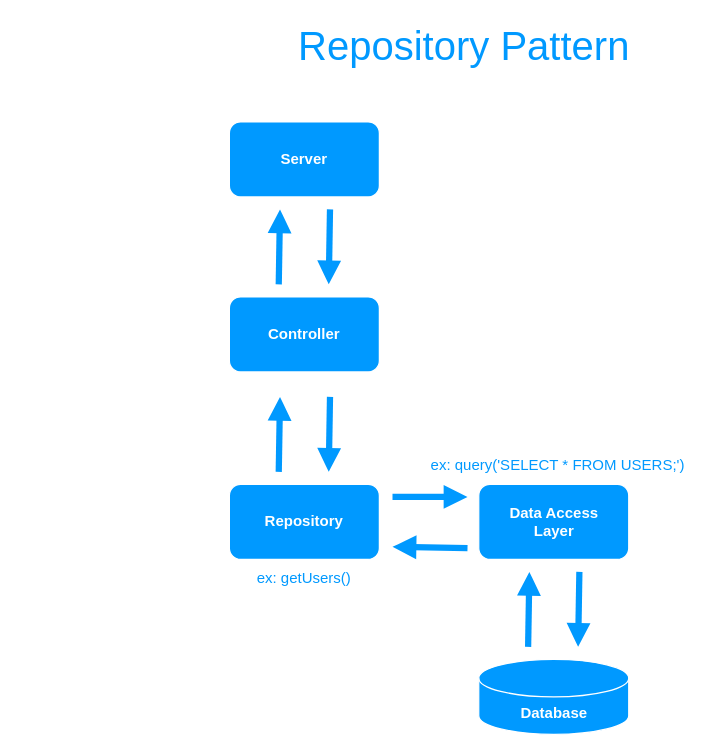
Earlier version of the draw.io diagram schemas/repository-pattern.drawio (vincent-leclerc-dev/design-patterns). Source tidied: cells renumbered, new cells numbered last; positions are measured from the earlier drawing's top-left corner, leaving out a move shared by most shapes. Both pictures are drawn from the tidied source at 125%, with x=0, y=0 at pixel (229, 21).
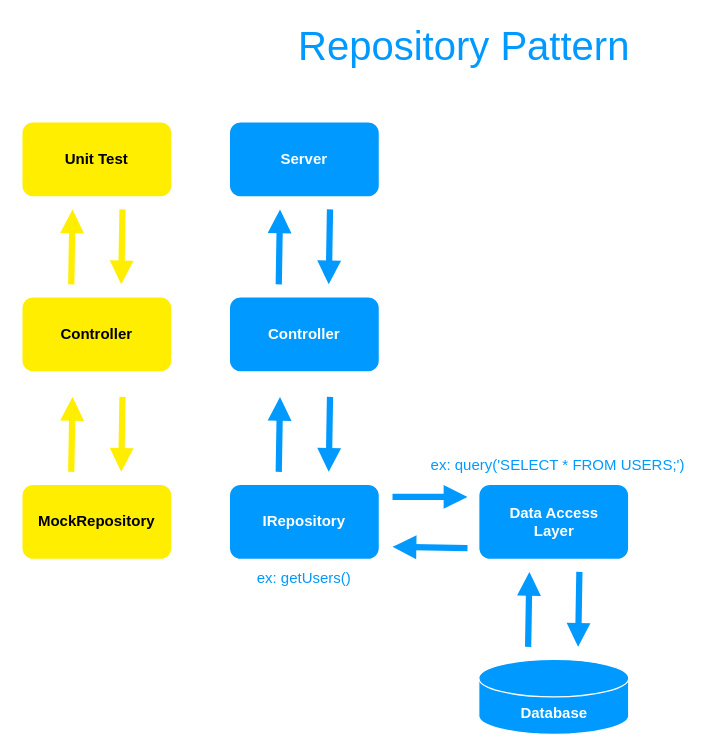
The same diagram, later.

Commit message (it also covers changes not shown here):
docs(schema): unit test and mock repository

Change to the diagram source:
```diff
@@
-    <mxCell id="4" value="Repository" style="rounded=1;whiteSpace=wrap;html=1;fillColor=#0099FF;strokeColor=#FFFFFF;fontColor=#ffffff;fontStyle=1;" parent="1" vertex="1">
+    <mxCell id="4" value="IRepository" style="rounded=1;whiteSpace=wrap;html=1;fillColor=#0099FF;strokeColor=#FFFFFF;fontColor=#ffffff;fontStyle=1;" parent="1" vertex="1">
       <mxGeometry y="370" width="120" height="60" as="geometry" />
     </mxCell>
@@
+    <mxCell id="22" value="MockRepository" style="rounded=1;whiteSpace=wrap;html=1;fillColor=#FFEE00;strokeColor=#FFFFFF;fontColor=#000000;fontStyle=1;" parent="1" vertex="1">
+      <mxGeometry x="-166" y="370" width="120" height="60" as="geometry" />
+    </mxCell>
+    <mxCell id="23" value="Unit Test" style="rounded=1;whiteSpace=wrap;html=1;fillColor=#FFEE00;strokeColor=#FFFFFF;fontColor=#000000;fontStyle=1;" parent="1" vertex="1">
+      <mxGeometry x="-166" y="80" width="120" height="60" as="geometry" />
+    </mxCell>
+    <mxCell id="24" value="Controller" style="rounded=1;whiteSpace=wrap;html=1;fillColor=#FFEE00;strokeColor=#FFFFFF;fontColor=#000000;fontStyle=1;" parent="1" vertex="1">
+      <mxGeometry x="-166" y="220" width="120" height="60" as="geometry" />
+    </mxCell>
+    <mxCell id="25" style="group;" parent="1" vertex="1">
+      <mxGeometry x="-126.5" y="150" width="41" height="60" as="geometry" />
+    </mxCell>
+    <mxCell id="26" style="endArrow=block;html=1;strokeColor=#FFEE00;strokeWidth=5;endFill=1;" parent="25" edge="1">
+      <mxGeometry relative="1" as="geometry">
+        <mxPoint y="60" as="sourcePoint" />
+        <mxPoint x="1" as="targetPoint" />
+      </mxGeometry>
+    </mxCell>
+    <mxCell id="27" style="endArrow=block;html=1;strokeColor=#FFEE00;strokeWidth=5;endFill=1;" parent="25" edge="1">
+      <mxGeometry relative="1" as="geometry">
+        <mxPoint x="41" as="sourcePoint" />
+        <mxPoint x="40" y="60" as="targetPoint" />
+      </mxGeometry>
+    </mxCell>
+    <mxCell id="28" style="group;" parent="1" vertex="1">
+      <mxGeometry x="-126.5" y="300" width="41" height="60" as="geometry" />
+    </mxCell>
+    <mxCell id="29" style="endArrow=block;html=1;strokeColor=#FFEE00;strokeWidth=5;endFill=1;" parent="28" edge="1">
+      <mxGeometry relative="1" as="geometry">
+        <mxPoint y="60" as="sourcePoint" />
+        <mxPoint x="1" as="targetPoint" />
+      </mxGeometry>
+    </mxCell>
+    <mxCell id="30" style="endArrow=block;html=1;strokeColor=#FFEE00;strokeWidth=5;endFill=1;" parent="28" edge="1">
+      <mxGeometry relative="1" as="geometry">
+        <mxPoint x="41" as="sourcePoint" />
+        <mxPoint x="40" y="60" as="targetPoint" />
+      </mxGeometry>
+    </mxCell>
```
